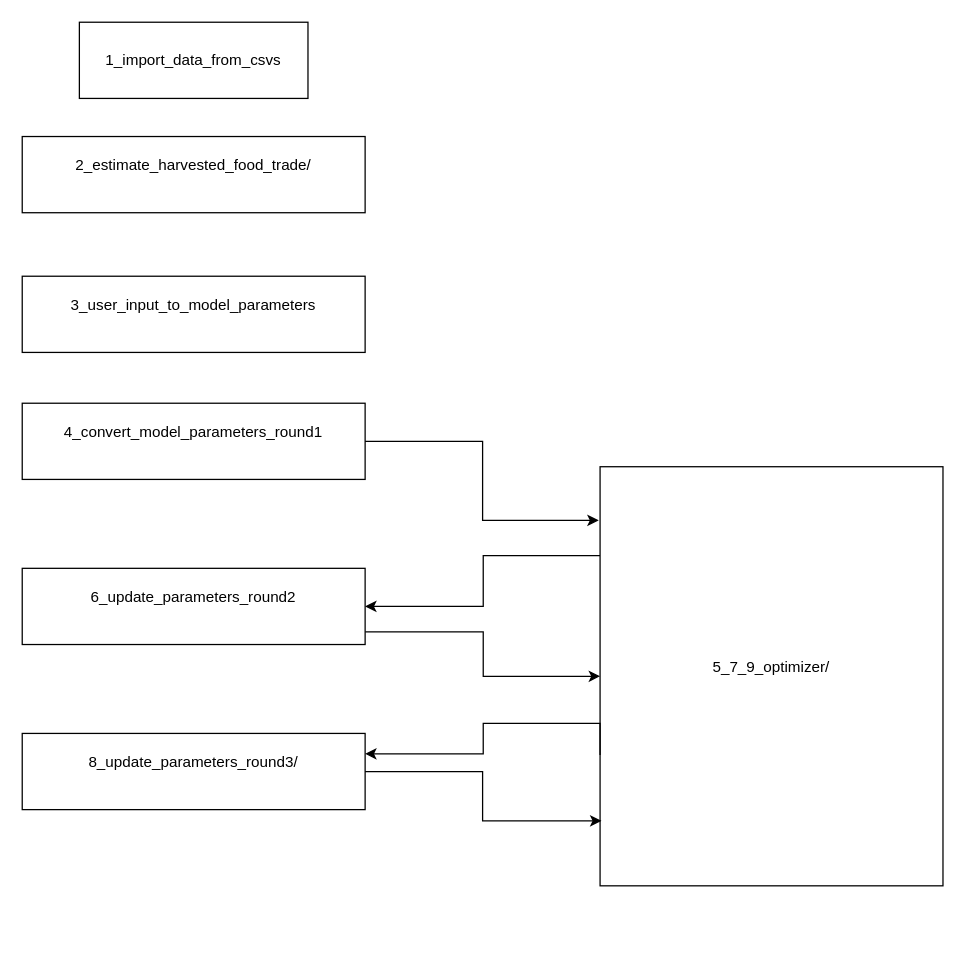
Before: docs/repository_flowchart/Untitled Diagram.drawio in allfed/allfed-integrated-model, a draw.io diagram. Source tidied: cells renumbered, new cells numbered last; positions are measured from the earlier drawing's top-left corner, leaving out a move shared by most shapes. Both pictures are drawn from the tidied source at 127%, with x=0, y=0 at pixel (22, 22).
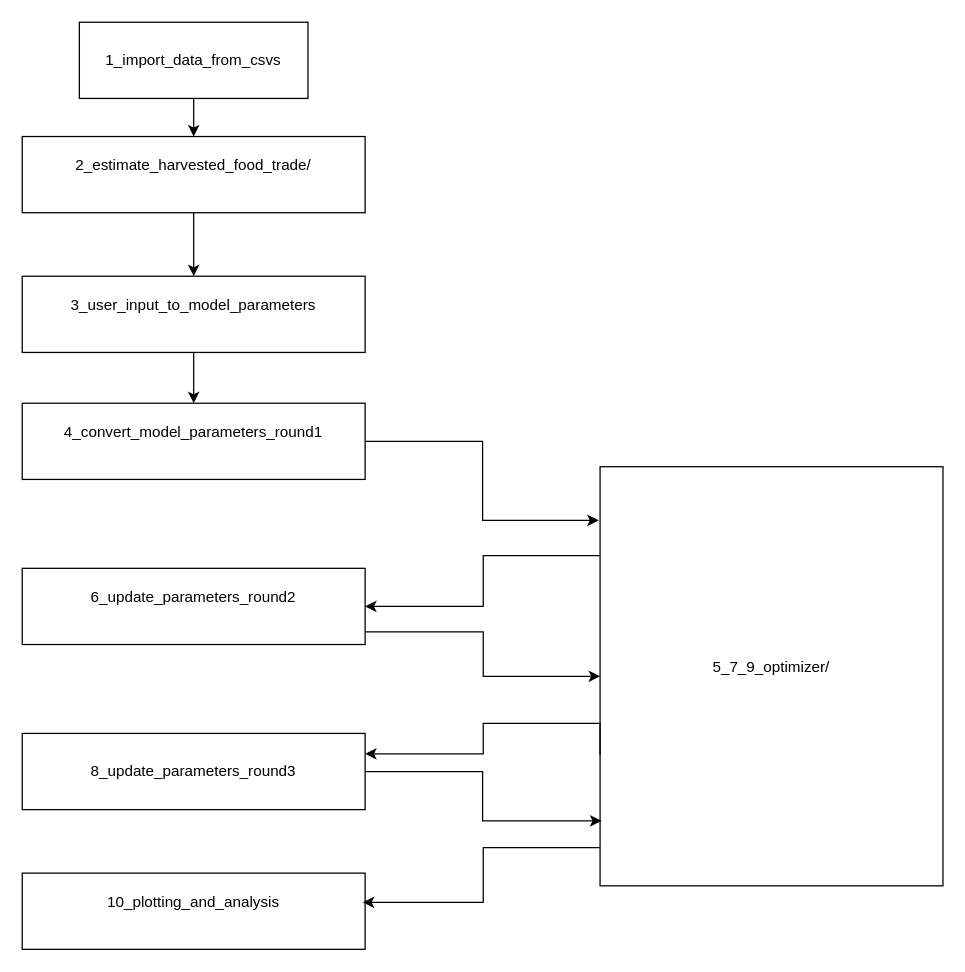
The same page after the edit.

Unchanged cells that the change refers to:
```xml
<mxCell id="2" value="1_import_data_from_csvs" style="whiteSpace=wrap;html=1;" parent="1" vertex="1">
  <mxGeometry x="45" width="180" height="60" as="geometry" />
</mxCell>
<mxCell id="3" value="2_estimate_harvested_food_trade/&lt;div&gt;&lt;br/&gt;&lt;/div&gt;" style="whiteSpace=wrap;html=1;" parent="1" vertex="1">
  <mxGeometry y="90" width="270" height="60" as="geometry" />
</mxCell>
<mxCell id="4" value="3_user_input_to_model_parameters&lt;br&gt;&lt;div&gt;&lt;br&gt;&lt;/div&gt;" style="whiteSpace=wrap;html=1;" parent="1" vertex="1">
  <mxGeometry y="200" width="270" height="60" as="geometry" />
</mxCell>
<mxCell id="5" value="4_convert_model_parameters_round1&lt;br&gt;&lt;div&gt;&lt;br&gt;&lt;/div&gt;" style="whiteSpace=wrap;html=1;" parent="1" vertex="1">
  <mxGeometry y="300" width="270" height="60" as="geometry" />
</mxCell>
<mxCell id="7" value="5_7_9_optimizer/&lt;br&gt;&lt;div&gt;&lt;br&gt;&lt;/div&gt;" style="whiteSpace=wrap;html=1;" parent="1" vertex="1">
  <mxGeometry x="455" y="350" width="270" height="330" as="geometry" />
</mxCell>
```

What changed in the source:
```diff
@@
+    <mxCell id="14" style="edgeStyle=orthogonalEdgeStyle;rounded=0;jettySize=auto;html=1;" parent="1" edge="1" source="2" target="3">
+      <mxGeometry relative="1" as="geometry" />
+    </mxCell>
@@
+    <mxCell id="15" style="edgeStyle=orthogonalEdgeStyle;rounded=0;jettySize=auto;html=1;" parent="1" edge="1" source="3" target="4">
+      <mxGeometry relative="1" as="geometry" />
+    </mxCell>
@@
+    <mxCell id="16" style="edgeStyle=orthogonalEdgeStyle;rounded=0;jettySize=auto;html=1;" parent="1" edge="1" source="4" target="5">
+      <mxGeometry relative="1" as="geometry" />
+    </mxCell>
@@
-    <mxCell id="10" value="8_update_parameters_round3/&lt;br&gt;&lt;div&gt;&lt;br&gt;&lt;/div&gt;" style="whiteSpace=wrap;html=1;" parent="1" vertex="1">
+    <mxCell id="10" value="8_update_parameters_round3" style="whiteSpace=wrap;html=1;" parent="1" vertex="1">
       <mxGeometry y="560" width="270" height="60" as="geometry" />
     </mxCell>
@@
+    <mxCell id="17" value="10_plotting_and_analysis&lt;br&gt;&lt;div&gt;&lt;br&gt;&lt;/div&gt;" style="whiteSpace=wrap;html=1;" parent="1" vertex="1">
+      <mxGeometry y="670" width="270" height="60" as="geometry" />
+    </mxCell>
+    <mxCell id="18" style="edgeStyle=orthogonalEdgeStyle;rounded=0;jettySize=auto;html=1;entryX=0.993;entryY=0.383;entryDx=0;entryDy=0;entryPerimeter=0;" parent="1" edge="1" source="7" target="17">
+      <mxGeometry relative="1" as="geometry">
+        <Array as="points">
+          <mxPoint x="363" y="650" />
+          <mxPoint x="363" y="693" />
+        </Array>
+      </mxGeometry>
+    </mxCell>
```
